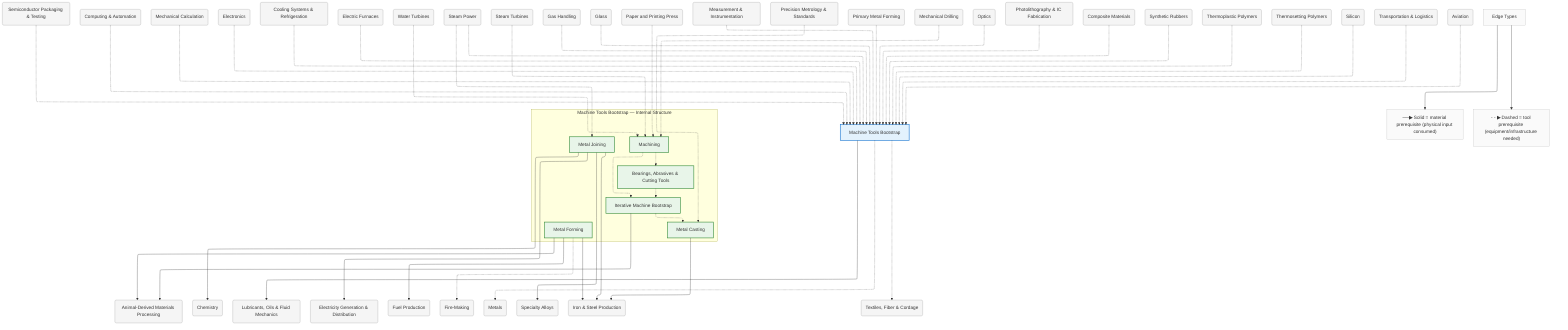
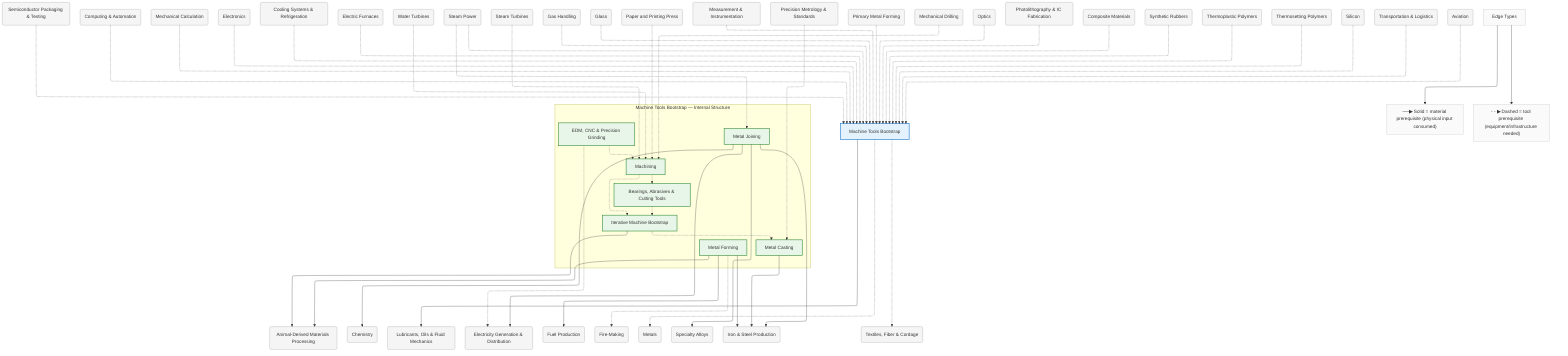
%%{init: {"flowchart": {"defaultRenderer": "elk", "htmlLabels": true}}}%%
graph TD
    %% Domain: Machine Tools Bootstrap

    %% ==================== INTERNAL NODES ====================
    subgraph machine-tools_internal ["Machine Tools Bootstrap — Internal Structure"]
        direction TB
        machine-tools_casting["Metal Casting"]
        machine-tools_iterative-bootstrap["Iterative Machine Bootstrap"]
        machine-tools_bearings-abrasives["Bearings, Abrasives & Cutting Tools"]
        machine-tools_forming["Metal Forming"]
        machine-tools_machining["Machining"]
        machine-tools_joining["Metal Joining"]
+         machine-tools_edm-cnc["EDM, CNC & Precision Grinding"]
    end

    %% ==================== DOMAIN NODE ====================
    machine-tools["Machine Tools Bootstrap"]

    %% ==================== EXTERNAL DEPENDENCIES ====================
    animals_animal-materials("Animal-Derived Materials Processing")
    chemistry("Chemistry")
    chemistry_lubricants("Lubricants, Oils & Fluid Mechanics")
    chemistry_packaging-testing("Semiconductor Packaging & Testing")
    computing("Computing & Automation")
    computing_mechanical("Mechanical Calculation")
    electronics("Electronics")
    energy_cooling("Cooling Systems & Refrigeration")
    energy_electric-furnaces("Electric Furnaces")
    energy_electricity("Electricity Generation & Distribution")
    energy_fuels("Fuel Production")
    energy_gravity_water-turbines("Water Turbines")
    energy_steam-power("Steam Power")
    energy_steam-power_steam-turbines("Steam Turbines")
    foundations_fire("Fire-Making")
    gas-handling("Gas Handling")
    glass("Glass")
    knowledge_printing("Paper and Printing Press")
    measurement("Measurement & Instrumentation")
    measurement_precision-metrology("Precision Metrology & Standards")
    metals("Metals")
    metals_alloys("Specialty Alloys")
    metals_forming("Primary Metal Forming")
    metals_iron-steel("Iron & Steel Production")
    mining_drilling("Mechanical Drilling")
    optics("Optics")
    photolithography("Photolithography & IC Fabrication")
    polymers_composites("Composite Materials")
    polymers_rubber_synthetic("Synthetic Rubbers")
    polymers_thermoplastics("Thermoplastic Polymers")
    polymers_thermosets("Thermosetting Polymers")
    silicon("Silicon")
    textiles("Textiles, Fiber & Cordage")
    transport("Transportation & Logistics")
    transport_aviation("Aviation")

    %% ==================== EDGES ====================
    machine-tools_iterative-bootstrap -.-> machine-tools_casting
    machine-tools_bearings-abrasives -.-> machine-tools_iterative-bootstrap
    machine-tools_machining -.-> machine-tools_iterative-bootstrap
    machine-tools_machining -.-> machine-tools_bearings-abrasives
+     machine-tools_edm-cnc -.-> machine-tools_machining
    machine-tools_joining --> metals_iron-steel
    machine-tools -.-> metals
    machine-tools -.-> textiles
    machine-tools --> chemistry_lubricants
    machine-tools_casting --> metals_iron-steel
    measurement_precision-metrology -.-> machine-tools_casting
    energy_steam-power -.-> machine-tools
    energy_steam-power -.-> machine-tools_joining
    energy_electric-furnaces -.-> machine-tools
    energy_cooling -.-> machine-tools
    machine-tools_joining --> energy_electricity
    machine-tools_joining --> chemistry
    glass -.-> machine-tools
    optics -.-> machine-tools
    gas-handling -.-> machine-tools
    measurement -.-> machine-tools
    silicon -.-> machine-tools
    photolithography -.-> machine-tools
    chemistry_packaging-testing -.-> machine-tools
    transport -.-> machine-tools
    computing -.-> machine-tools
    transport_aviation -.-> machine-tools
    polymers_rubber_synthetic -.-> machine-tools
    polymers_thermosets -.-> machine-tools
    polymers_thermoplastics -.-> machine-tools
    polymers_composites -.-> machine-tools
    machine-tools_forming -.-> foundations_fire
    machine-tools_forming --> metals_iron-steel
    machine-tools_forming --> energy_fuels
+     machine-tools_edm-cnc -.-> energy_electricity
    computing_mechanical -.-> machine-tools
    energy_steam-power_steam-turbines -.-> machine-tools_machining
    energy_gravity_water-turbines -.-> machine-tools_machining
    knowledge_printing -.-> machine-tools_machining
    machine-tools_joining --> metals_alloys
    metals_forming -.-> machine-tools
    machine-tools_forming --> animals_animal-materials
    machine-tools_iterative-bootstrap --> animals_animal-materials
    mining_drilling -.-> machine-tools_machining
    electronics -.-> machine-tools

    %% ==================== EDGE TYPE LEGEND ====================
    EdgeLegend["Edge Types"]
    EdgeLegend --> MatNote["──▶ Solid = material prerequisite (physical input consumed)"]
    EdgeLegend --> ToolNote["- - ▶ Dashed = tool prerequisite (equipment/infrastructure needed)"]

    %% ==================== STYLING ====================
    classDef domain fill:#e3f2fd,stroke:#1976d2,stroke-width:2px
    classDef capability fill:#e8f5e9,stroke:#388e3c,stroke-width:2px
    classDef process fill:#fff3e0,stroke:#f57c00,stroke-width:2px
    classDef critical fill:#fff3e0,stroke:#f57c00,stroke-width:3px
    classDef earlyWin fill:#e8f5e9,stroke:#388e3c,stroke-width:3px
    classDef pinnacle fill:#fce4ec,stroke:#c62828,stroke-width:3px
    classDef external fill:#f5f5f5,stroke:#9e9e9e,stroke-width:1px
    classDef legend fill:#fafafa,stroke:#bdbdbd,stroke-width:1px
    class machine-tools domain
    class machine-tools_casting capability
    class machine-tools_iterative-bootstrap capability
    class machine-tools_bearings-abrasives capability
    class machine-tools_forming capability
    class machine-tools_machining capability
    class machine-tools_joining capability
+     class machine-tools_edm-cnc capability
    class animals_animal-materials external
    class chemistry external
    class chemistry_lubricants external
    class chemistry_packaging-testing external
    class computing external
    class computing_mechanical external
    class electronics external
    class energy_cooling external
    class energy_electric-furnaces external
    class energy_electricity external
    class energy_fuels external
    class energy_gravity_water-turbines external
    class energy_steam-power external
    class energy_steam-power_steam-turbines external
    class foundations_fire external
    class gas-handling external
    class glass external
    class knowledge_printing external
    class measurement external
    class measurement_precision-metrology external
    class metals external
    class metals_alloys external
    class metals_forming external
    class metals_iron-steel external
    class mining_drilling external
    class optics external
    class photolithography external
    class polymers_composites external
    class polymers_rubber_synthetic external
    class polymers_thermoplastics external
    class polymers_thermosets external
    class silicon external
    class textiles external
    class transport external
    class transport_aviation external
    class EdgeLegend,MatNote,ToolNote legend
